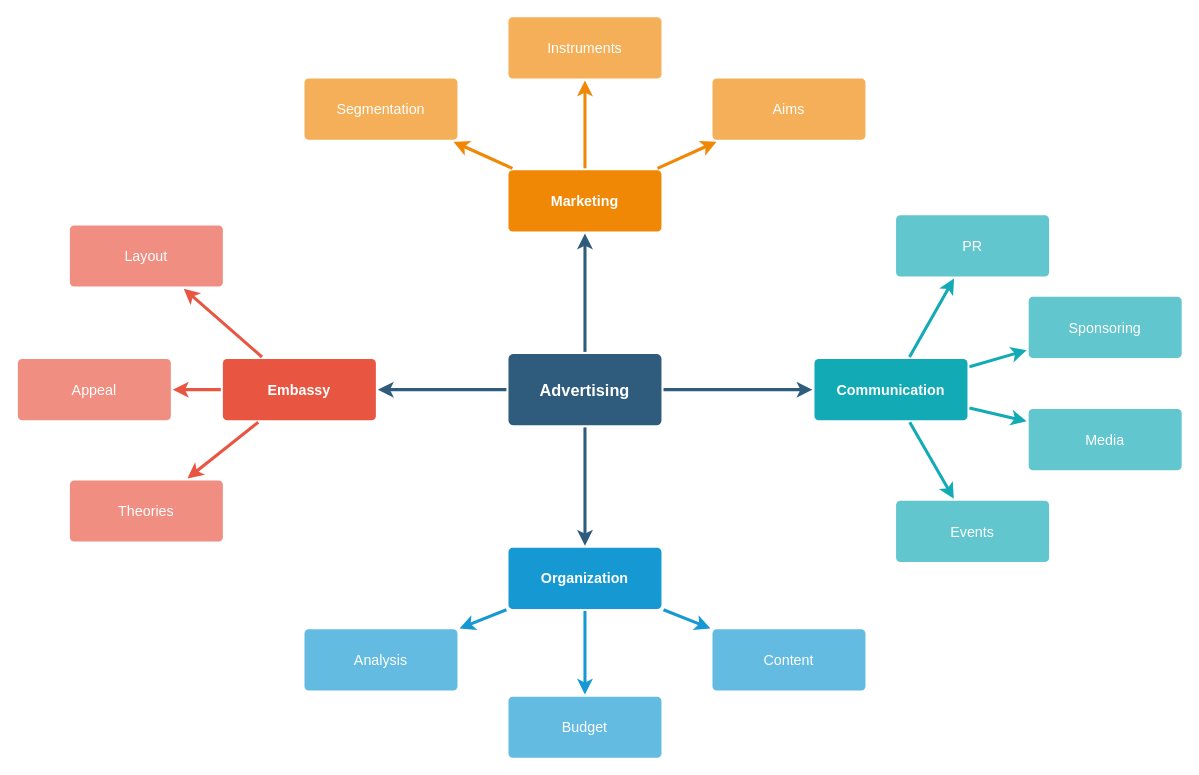
MatLange/microservices_blog keeps this draw.io diagram as Unbenanntes Diagramm.drawio. Above is the earlier version. Source tidied: cells renumbered, new cells numbered last; positions are measured from the earlier drawing's top-left corner, leaving out a move shared by most shapes. Both pictures are drawn from the tidied source at 102%, with x=0, y=0 at pixel (17, 16).
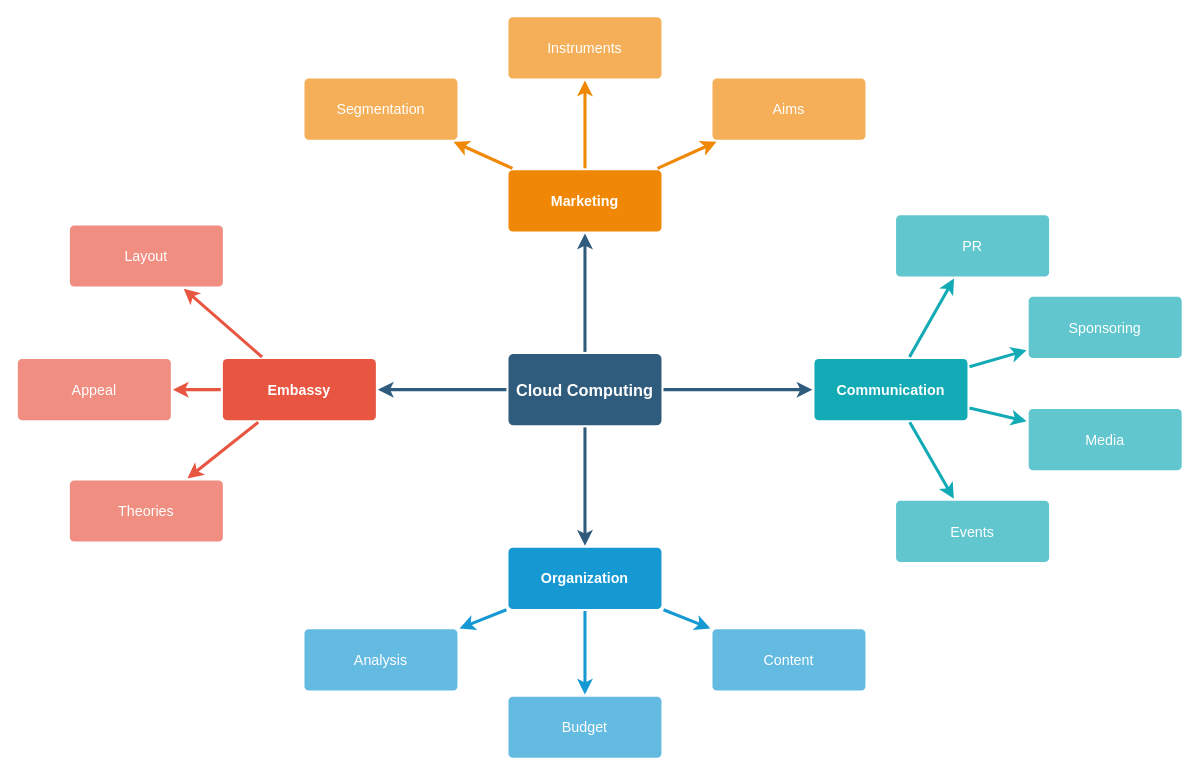
Above is the later version.

What changed in the source:
```diff
@@
-    <mxCell id="6" value="Advertising" style="rounded=1;whiteSpace=wrap;html=1;shadow=0;labelBackgroundColor=none;strokeColor=none;strokeWidth=3;fillColor=#2F5B7C;fontFamily=Helvetica;fontSize=16;fontColor=#FFFFFF;align=center;fontStyle=1;spacing=5;arcSize=7;perimeterSpacing=2;" parent="1" vertex="1">
+    <mxCell id="6" value="Cloud Computing" style="rounded=1;whiteSpace=wrap;html=1;shadow=0;labelBackgroundColor=none;strokeColor=none;strokeWidth=3;fillColor=#2F5B7C;fontFamily=Helvetica;fontSize=16;fontColor=#FFFFFF;align=center;fontStyle=1;spacing=5;arcSize=7;perimeterSpacing=2;" parent="1" vertex="1">
       <mxGeometry x="481" y="330.5" width="150" height="70" as="geometry" />
     </mxCell>
```
